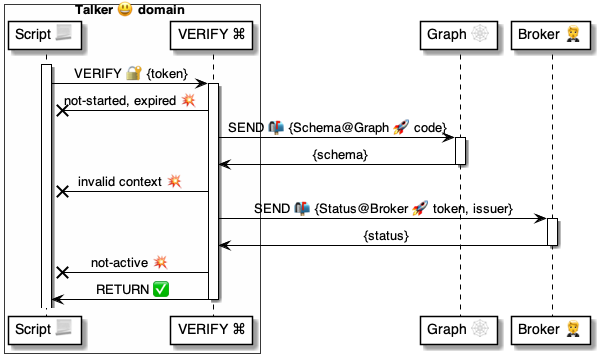
pollyweb-org/pollyweb-docs keeps this PlantUML diagram as 4 ⚙️ Solution/37 Scripts 📃/📃 Commands ⌘/⌘ for messages 📨/VERIFY 🔐/VERIFY Token 🎫/🔐 VERIFY Token ⚙️ uml.png. Above is the earlier version. Its source is kept beside it as 4 ⚙️ Solution/37 Scripts 📃/📃 Commands ⌘/⌘ for messages 📨/VERIFY 🔐/VERIFY Token 🎫/🔐 VERIFY Token ⚙️ uml.puml. Its diagram source:
```plantuml
@startuml VERIFY Token 🎫

box Talker 😃 domain #FFFFFA
    participant "Script 📃" as script
    participant "VERIFY ⌘" as verify
end box
participant "Graph 🕸" as graph
participant "Broker 🤵" as broker


activate script
    script -> verify: VERIFY 🔐 {token}

activate verify

    verify -x script: not-started, expired 💥

    verify -> graph: SEND 📬 {Schema@Graph 🚀 code}
    activate graph
        graph -> verify: {schema}
    deactivate graph

    verify -x script: invalid context 💥

    verify -> broker: SEND 📬 {Status@Broker 🚀 token, issuer}
    activate broker
        broker -> verify: {status}
    deactivate broker

    verify -x script: not-active 💥

    verify -> script: RETURN ✅

deactivate verify


@enduml
```
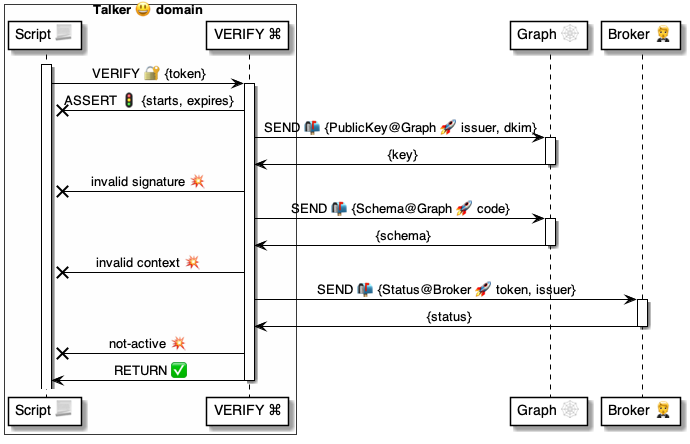
Later version of the same file.

Change to the diagram source:
```diff
@@ -13,7 +13,14 @@
 
 activate verify
 
-    verify -x script: not-started, expired 💥
+    verify -x script: ASSERT 🚦 {starts, expires}
+
+    verify -> graph: SEND 📬 {PublicKey@Graph 🚀 issuer, dkim}
+    activate graph
+        graph -> verify: {key}
+    deactivate graph
+
+    verify -x script: invalid signature 💥
 
     verify -> graph: SEND 📬 {Schema@Graph 🚀 code}
     activate graph
```
